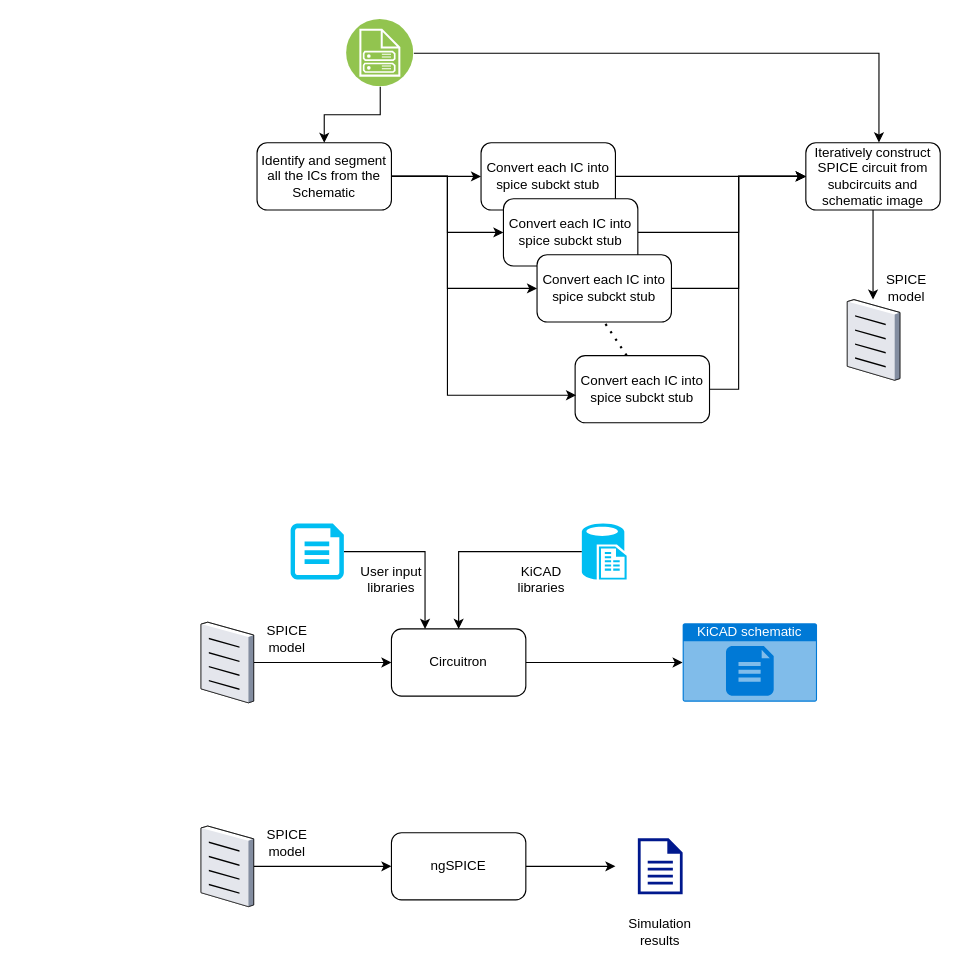
Before: docs/VHL.drawio in vivekvjnk/ngspice_simulator, a draw.io diagram. Source tidied: cells renumbered, new cells numbered last; positions are measured from the earlier drawing's top-left corner, leaving out a move shared by most shapes. Both pictures are drawn from the tidied source at 112%, with x=0, y=0 at pixel (200, 19).
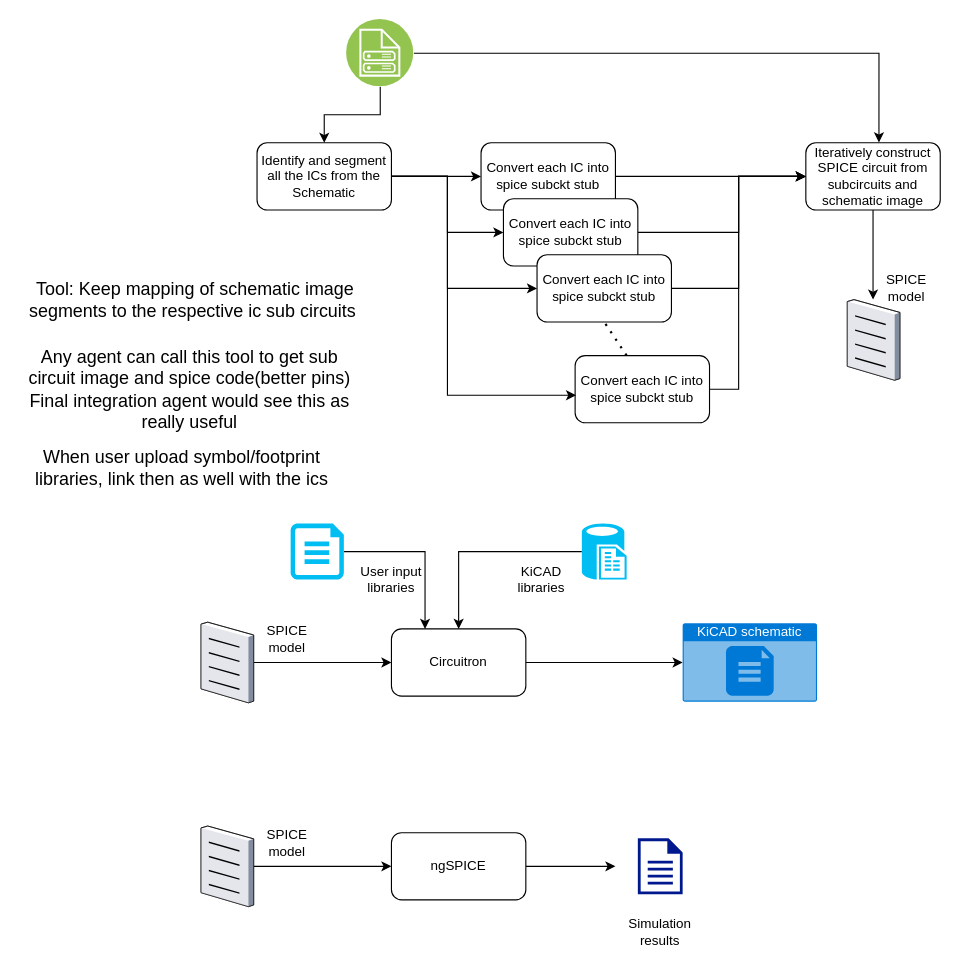
The same page after the edit.

Commit message:
VHL_diagram: added the Concept of library tool

Change to the diagram source:
```diff
@@
+    <mxCell id="42" value="Tool: Keep mapping of schematic image segments to the respective ic sub circuits&amp;nbsp;" style="text;html=1;whiteSpace=wrap;strokeColor=none;fillColor=none;align=center;verticalAlign=middle;rounded=0;fontSize=16;" parent="1" vertex="1">
+      <mxGeometry x="-160" y="220" width="310" height="60" as="geometry" />
+    </mxCell>
+    <mxCell id="43" value="Any agent can call this tool to get sub circuit image and spice code(better pins)&lt;div&gt;Final integration agent would see this as really useful&lt;/div&gt;" style="text;html=1;whiteSpace=wrap;strokeColor=none;fillColor=none;align=center;verticalAlign=middle;rounded=0;fontSize=16;" parent="1" vertex="1">
+      <mxGeometry x="-160" y="300" width="300" height="60" as="geometry" />
+    </mxCell>
+    <mxCell id="44" value="When user upload symbol/footprint libraries, link then as well with the ics" style="text;html=1;whiteSpace=wrap;strokeColor=none;fillColor=none;align=center;verticalAlign=middle;rounded=0;fontSize=16;" parent="1" vertex="1">
+      <mxGeometry x="-162.5" y="370" width="290" height="60" as="geometry" />
+    </mxCell>
```
